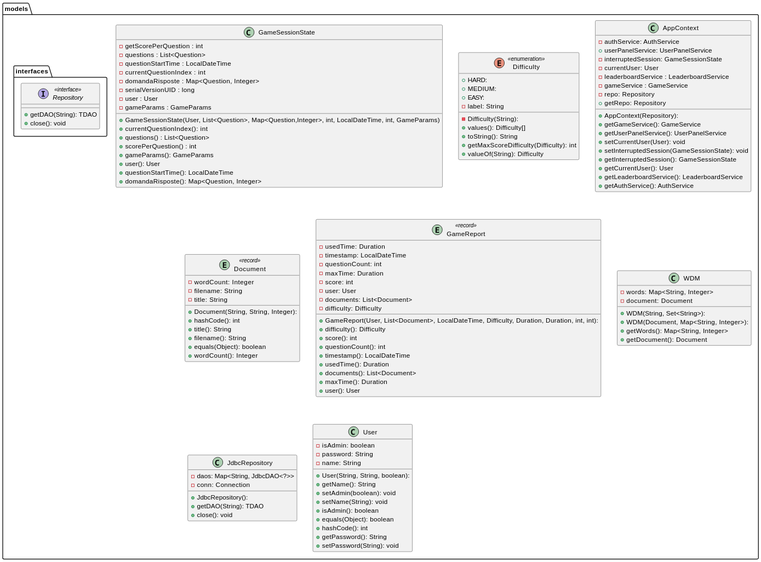
Before: docs/UML/Classi/models/models-0.svg, a diagram exported from PlantUML (Bg735/Wordageddon-Gruppo_16). The source it was exported from:
```plantuml
@startuml
package models {
    class GameSessionState {
    - getScorePerQuestion : int
    - questions : List<Question>
    - questionStartTime : LocalDateTime
    - currentQuestionIndex : int
    - domandaRisposte : Map<Question, Integer>
    - serialVersionUID : long
    - user : User
    - gameParams : GameParams
    + GameSessionState(User, List<Question>, Map<Question,Integer>, int, LocalDateTime, int, GameParams)
    + currentQuestionIndex(): int
    + questions() : List<Question>
    + scorePerQuestion() : int
    + gameParams(): GameParams
    + user(): User
    + questionStartTime(): LocalDateTime
    + domandaRisposte(): Map<Question, Integer>
    }
    enum Difficulty << enumeration >> {
    - Difficulty(String):
    + HARD:
    + MEDIUM:
    + EASY:
    - label: String
    + values(): Difficulty[]
    + toString(): String
    + getMaxScoreDifficulty(Difficulty): int
    + valueOf(String): Difficulty
    }
    class AppContext {
    + AppContext(Repository):
    - authService: AuthService
    + userPanelService: UserPanelService
    - interruptedSession: GameSessionState
    - currentUser: User
    - leaderboardService : LeaderboardService
    - gameService : GameService
    - repo: Repository
    + getGameService(): GameService
    + getUserPanelService(): UserPanelService
    + setCurrentUser(User): void
    + setInterruptedSession(GameSessionState): void
    + getInterruptedSession(): GameSessionState
    + getCurrentUser(): User
    + getRepo: Repository
    + getLeaderboardService(): LeaderboardService
    + getAuthService(): AuthService
    }
    entity Document << record >> {
    + Document(String, String, Integer):
    - wordCount: Integer
    - filename: String
    - title: String
    + hashCode(): int
    + title(): String
    + filename(): String
    + equals(Object): boolean
    + wordCount(): Integer
    }

    entity GameReport << record >> {
    + GameReport(User, List<Document>, LocalDateTime, Difficulty, Duration, Duration, int, int):
    - usedTime: Duration
    - timestamp: LocalDateTime
    - questionCount: int
    - maxTime: Duration
    - score: int
    - user: User
    - documents: List<Document>
    - difficulty: Difficulty
    + difficulty(): Difficulty
    + score(): int
    + questionCount(): int
    + timestamp(): LocalDateTime
    + usedTime(): Duration
    + documents(): List<Document>
    + maxTime(): Duration
    + user(): User
    }
    class WDM {
    + WDM(String, Set<String>):
    + WDM(Document, Map<String, Integer>):
    - words: Map<String, Integer>
    - document: Document
    + getWords(): Map<String, Integer>
    + getDocument(): Document
    }

    class JdbcRepository {
    + JdbcRepository():
    - daos: Map<String, JdbcDAO<?>>
    - conn: Connection
    + getDAO(String): TDAO
    + close(): void
    }
    class User {
    + User(String, String, boolean):
    - isAdmin: boolean
    - password: String
    - name: String
    + getName(): String
    + setAdmin(boolean): void
    + setName(String): void
    + isAdmin(): boolean
    + equals(Object): boolean
    + hashCode(): int
    + getPassword(): String
    + setPassword(String): void
    }

    package interfaces {
        interface Repository << interface >> {
        + getDAO(String): TDAO
        + close(): void
        }
    }
}
@enduml
```
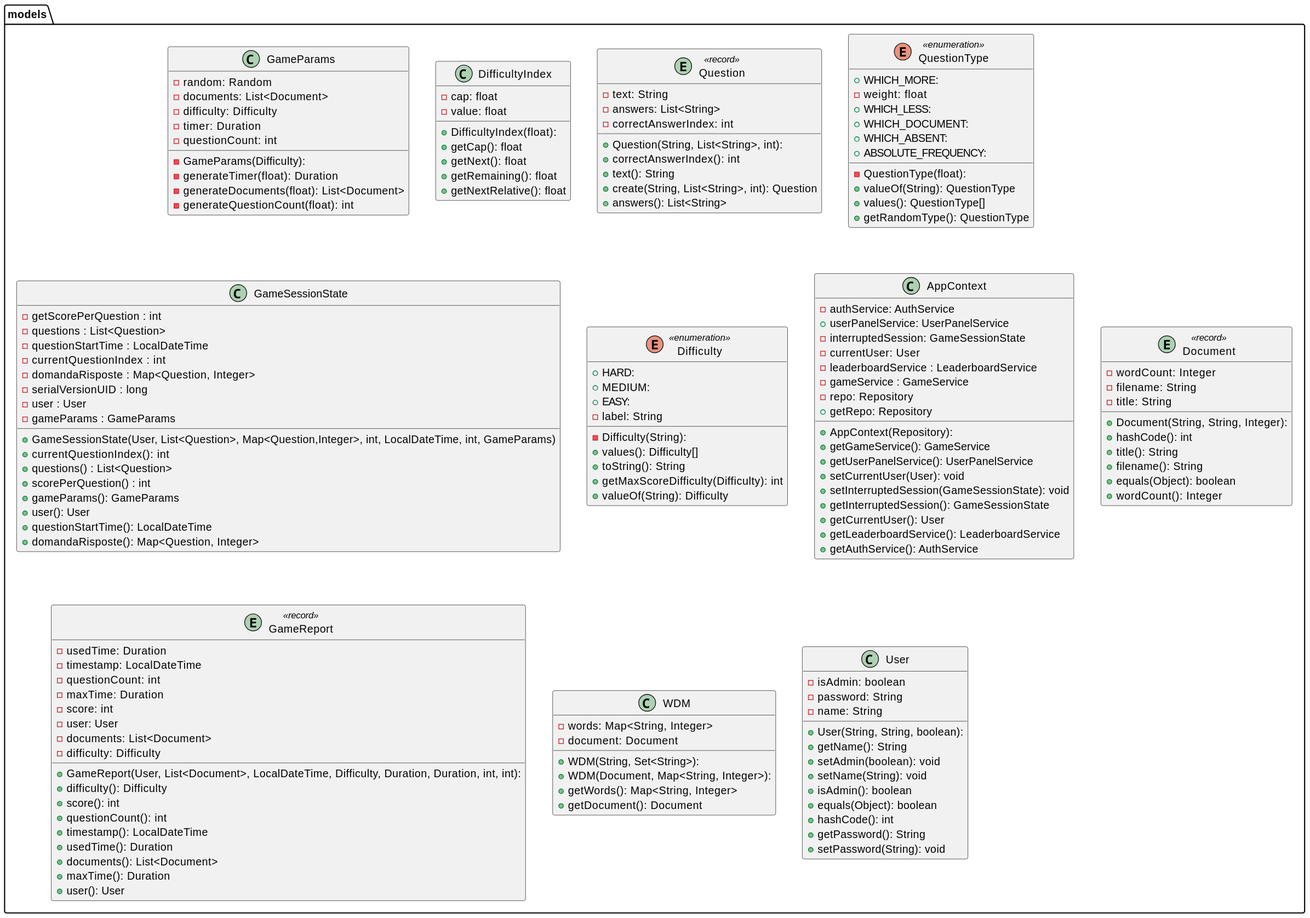
The same file after the commit.

What changed in the source:
```diff
@@ -1,5 +1,47 @@
 @startuml
 package models {
+    class GameParams {
+    - GameParams(Difficulty):
+    - random: Random
+    - documents: List<Document>
+    - difficulty: Difficulty
+    - timer: Duration
+    - questionCount: int
+    - generateTimer(float): Duration
+    - generateDocuments(float): List<Document>
+    - generateQuestionCount(float): int
+    }
+    class DifficultyIndex {
+    + DifficultyIndex(float):
+    - cap: float
+    - value: float
+    + getCap(): float
+    + getNext(): float
+    + getRemaining(): float
+    + getNextRelative(): float
+    }
+    entity Question << record >> {
+    + Question(String, List<String>, int):
+    - text: String
+    - answers: List<String>
+    - correctAnswerIndex: int
+    + correctAnswerIndex(): int
+    + text(): String
+    + create(String, List<String>, int): Question
+    + answers(): List<String>
+    }
+    enum QuestionType << enumeration >> {
+    - QuestionType(float):
+    + WHICH_MORE:
+    - weight: float
+    + WHICH_LESS:
+    + WHICH_DOCUMENT:
+    + WHICH_ABSENT:
+    + ABSOLUTE_FREQUENCY:
+    + valueOf(String): QuestionType
+    + values(): QuestionType[]
+    + getRandomType(): QuestionType
+    }
     class GameSessionState {
     - getScorePerQuestion : int
     - questions : List<Question>
@@ -88,13 +130,6 @@
     + getDocument(): Document
     }
 
-    class JdbcRepository {
-    + JdbcRepository():
-    - daos: Map<String, JdbcDAO<?>>
-    - conn: Connection
-    + getDAO(String): TDAO
-    + close(): void
-    }
     class User {
     + User(String, String, boolean):
     - isAdmin: boolean
@@ -109,12 +144,5 @@
     + getPassword(): String
     + setPassword(String): void
     }
-
-    package interfaces {
-        interface Repository << interface >> {
-        + getDAO(String): TDAO
-        + close(): void
-        }
-    }
 }
 @enduml
```
